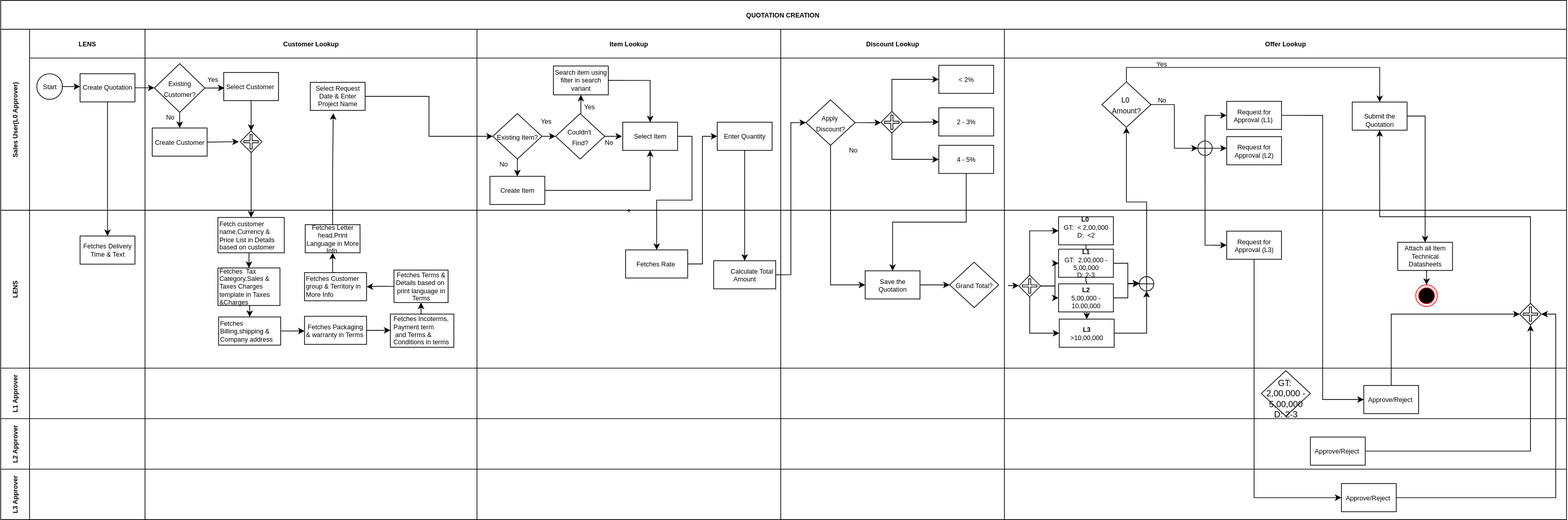
This is SGBCRR/SGBCRR-Quotation Approval BPMN .drawio.svg from Iswariya-LMNAs/Diagrams, a draw.io export, as it was before one commit. Source tidied: cells renumbered, new cells last; positions are measured from the earlier drawing's top-left corner, leaving out a move shared by most shapes.
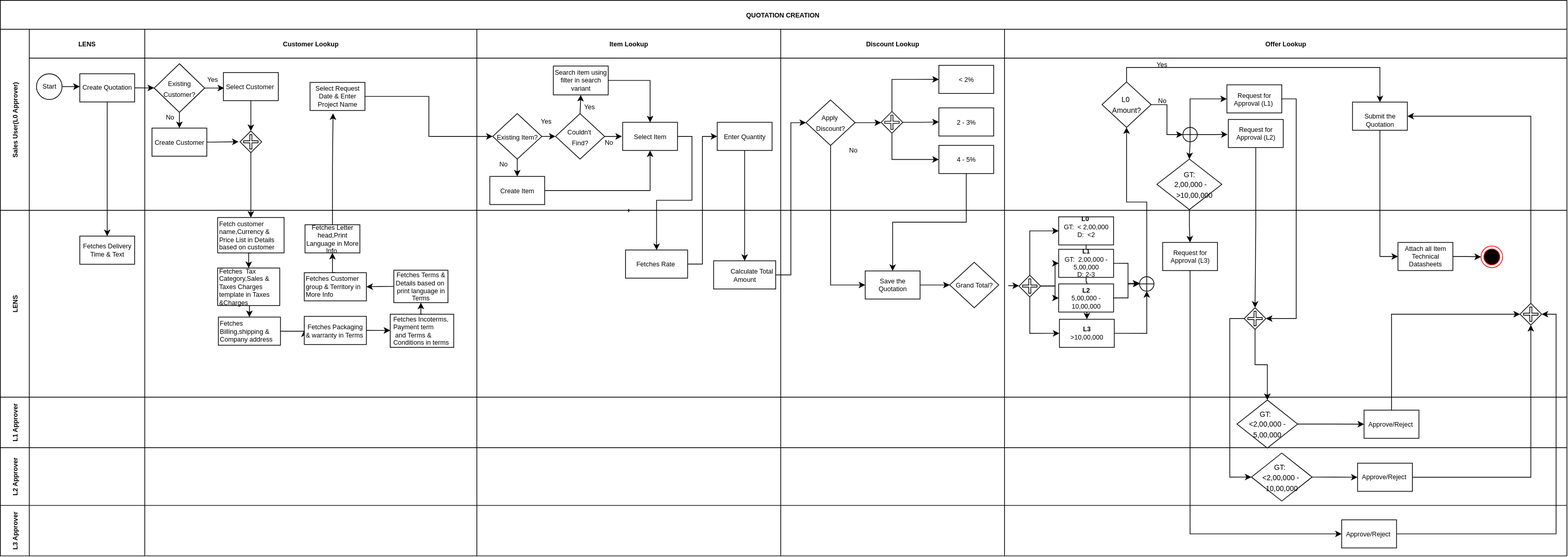
The same diagram one commit later.

Diff of the diagram source:
```diff
@@ -17,7 +17,7 @@
     <mxCell id="6" style="edgeStyle=orthogonalEdgeStyle;rounded=0;jettySize=auto;html=1;exitX=0.5;exitY=1;exitDx=0;exitDy=0;entryX=0.5;entryY=0;entryDx=0;entryDy=0;" parent="1" edge="1" source="44" target="3">
       <mxGeometry relative="1" as="geometry" />
     </mxCell>
-    <mxCell id="7" style="edgeStyle=orthogonalEdgeStyle;rounded=0;jettySize=auto;html=1;exitX=0.5;exitY=0;exitDx=0;exitDy=0;entryX=0.5;entryY=1;entryDx=0;entryDy=0;" parent="1" edge="1" source="8" target="76">
+    <mxCell id="7" style="edgeStyle=orthogonalEdgeStyle;rounded=0;jettySize=auto;html=1;exitX=0.5;exitY=0;exitDx=0;exitDy=0;entryX=1;entryY=0.5;entryDx=0;entryDy=0;" parent="1" edge="1" source="8" target="76">
       <mxGeometry relative="1" as="geometry" />
     </mxCell>
     <mxCell id="8" style="rhombus;whiteSpace=wrap;html=1;fontSize=9;" parent="1" vertex="1">
@@ -100,7 +100,7 @@
       <mxGeometry x="1416" y="386" width="20" height="20" as="geometry" />
     </mxCell>
     <mxCell id="33" value="QUOTATION CREATION " style="shape=table;startSize=40;fontSize=9;fontStyle=1;" parent="1" vertex="1">
-      <mxGeometry width="2170" height="720" as="geometry" />
+      <mxGeometry width="2170" height="770" as="geometry" />
     </mxCell>
     <mxCell id="34" value="Sales User(L0 Approver)" style="shape=tableRow;horizontal=0;swimlaneHead=0;swimlaneBody=0;top=0;left=0;strokeColor=inherit;bottom=0;right=0;fontStyle=1;fillColor=none;startSize=40;fontSize=9;" parent="33" vertex="1">
       <mxGeometry y="40" width="2170" height="251" as="geometry" />
@@ -242,21 +242,24 @@
       <mxGeometry x="482" y="101" width="76" height="39" as="geometry" />
     </mxCell>
     <mxCell id="77" value="Request for Approval (L1)&amp;nbsp;" style="rounded=0;whiteSpace=wrap;html=1;align=center;fontSize=9;" parent="75" vertex="1">
-      <mxGeometry x="308" y="100" width="76" height="39" as="geometry" />
+      <mxGeometry x="308" y="77" width="76" height="39" as="geometry" />
     </mxCell>
     <mxCell id="78" value="Request for Approval (L2)" style="rounded=0;whiteSpace=wrap;html=1;align=center;fontSize=9;" parent="75" vertex="1">
-      <mxGeometry x="308" y="149" width="76" height="39" as="geometry" />
+      <mxGeometry x="310" y="125" width="76" height="39" as="geometry" />
     </mxCell>
     <mxCell id="79" style="edgeStyle=orthogonalEdgeStyle;rounded=0;jettySize=auto;html=1;exitX=0.5;exitY=0;exitDx=0;exitDy=0;entryX=0;entryY=0.5;entryDx=0;entryDy=0;" parent="75" edge="1" source="81" target="77">
       <mxGeometry relative="1" as="geometry" />
     </mxCell>
-    <mxCell id="80" style="edgeStyle=orthogonalEdgeStyle;rounded=0;jettySize=auto;html=1;exitX=1;exitY=0.5;exitDx=0;exitDy=0;" parent="75" edge="1" source="81">
-      <mxGeometry relative="1" as="geometry">
-        <mxPoint x="308" y="165.3" as="targetPoint" />
-      </mxGeometry>
-    </mxCell>
+    <mxCell id="158" style="edgeStyle=orthogonalEdgeStyle;rounded=0;jettySize=auto;html=1;exitX=1;exitY=0.5;exitDx=0;exitDy=0;" parent="75" edge="1" source="81">
+      <mxGeometry relative="1" as="geometry">
+        <mxPoint x="309" y="145.8" as="targetPoint" />
+      </mxGeometry>
+    </mxCell>
+    <mxCell id="159" style="edgeStyle=orthogonalEdgeStyle;rounded=0;jettySize=auto;html=1;exitX=0.5;exitY=1;exitDx=0;exitDy=0;entryX=0.5;entryY=0;entryDx=0;entryDy=0;" parent="75" edge="1" source="81" target="160">
+      <mxGeometry relative="1" as="geometry" />
+    </mxCell>
     <mxCell id="81" style="shape=orEllipse;perimeter=ellipsePerimeter;whiteSpace=wrap;html=1;backgroundOutline=1;" parent="75" vertex="1">
-      <mxGeometry x="268" y="155" width="20" height="20" as="geometry" />
+      <mxGeometry x="247" y="136" width="20" height="20" as="geometry" />
     </mxCell>
     <mxCell id="82" style="edgeStyle=orthogonalEdgeStyle;rounded=0;jettySize=auto;html=1;exitX=1;exitY=0.5;exitDx=0;exitDy=0;entryX=0;entryY=0.5;entryDx=0;entryDy=0;" parent="75" edge="1" source="84" target="81">
       <mxGeometry relative="1" as="geometry" />
@@ -273,6 +276,9 @@
     <mxCell id="86" value="&lt;font style=&quot;font-size: 9px;&quot;&gt;No&lt;/font&gt;" style="text;html=1;align=center;verticalAlign=middle;strokeColor=none;fillColor=none;" parent="75" vertex="1">
       <mxGeometry x="198" y="83" width="40" height="30" as="geometry" />
     </mxCell>
+    <mxCell id="160" value="&lt;div&gt;&lt;font style=&quot;font-size: 10px;&quot;&gt;GT:&lt;/font&gt;&lt;/div&gt;&lt;div&gt;&amp;nbsp;&lt;font style=&quot;font-size: 10px;&quot;&gt;2,00,000 -&lt;/font&gt;&lt;/div&gt;&lt;div&gt;&lt;font style=&quot;font-size: 10px;&quot;&gt;&amp;nbsp; &amp;nbsp; &amp;nbsp;&amp;gt;10,00,000&lt;/font&gt;&lt;/div&gt;" style="rhombus;whiteSpace=wrap;html=1;" parent="75" vertex="1">
+      <mxGeometry x="211" y="180" width="90" height="70" as="geometry" />
+    </mxCell>
     <mxCell id="87" style="edgeStyle=orthogonalEdgeStyle;rounded=0;jettySize=auto;html=1;exitX=1;exitY=0.5;exitDx=0;exitDy=0;entryX=0;entryY=0.5;entryDx=0;entryDy=0;" parent="34" edge="1" source="39" target="47">
       <mxGeometry relative="1" as="geometry" />
     </mxCell>
@@ -280,13 +286,13 @@
       <mxGeometry relative="1" as="geometry" />
     </mxCell>
     <mxCell id="89" value="LENS" style="shape=tableRow;horizontal=0;swimlaneHead=0;swimlaneBody=0;top=0;left=0;strokeColor=inherit;bottom=0;right=0;fontStyle=1;fillColor=none;startSize=40;fontSize=9;" parent="33" vertex="1">
-      <mxGeometry y="291" width="2170" height="219" as="geometry" />
+      <mxGeometry y="291" width="2170" height="259" as="geometry" />
     </mxCell>
     <mxCell id="90" style="swimlane;swimlaneHead=0;swimlaneBody=0;fontStyle=1;strokeColor=inherit;fillColor=none;startSize=0;fontSize=9;" parent="89" vertex="1">
-      <mxGeometry x="40" width="160" height="219" as="geometry" />
+      <mxGeometry x="40" width="160" height="259" as="geometry" />
     </mxCell>
     <mxCell id="91" style="swimlane;swimlaneHead=0;swimlaneBody=0;fontStyle=1;strokeColor=inherit;fillColor=none;startSize=0;fontSize=9;" parent="89" vertex="1">
-      <mxGeometry x="200" width="460" height="219" as="geometry" />
+      <mxGeometry x="200" width="460" height="259" as="geometry" />
     </mxCell>
     <mxCell id="92" style="sketch=0;shadow=0;dashed=0;html=1;strokeColor=none;fillColor=#505050;labelPosition=center;verticalLabelPosition=bottom;verticalAlign=top;align=center;shape=mxgraph.office.concepts.bandwidth_calculator;fontSize=9;" parent="91" vertex="1">
       <mxGeometry x="821" y="91" width="16" height="18" as="geometry" />
@@ -337,34 +343,34 @@
       <mxGeometry x="345" y="83" width="75" height="45" as="geometry" />
     </mxCell>
     <mxCell id="108" value="+" style="swimlane;swimlaneHead=0;swimlaneBody=0;fontStyle=1;strokeColor=inherit;fillColor=none;startSize=0;fontSize=9;" parent="89" vertex="1">
-      <mxGeometry x="660" width="421" height="219" as="geometry" />
+      <mxGeometry x="660" width="421" height="259" as="geometry" />
     </mxCell>
     <mxCell id="109" value="Fetches Rate&amp;nbsp;" style="rounded=0;whiteSpace=wrap;html=1;align=center;fontSize=9;" parent="108" vertex="1">
       <mxGeometry x="206" y="55" width="86" height="39" as="geometry" />
     </mxCell>
     <mxCell id="110" style="swimlane;swimlaneHead=0;swimlaneBody=0;fontStyle=1;strokeColor=inherit;fillColor=none;startSize=0;fontSize=9;" parent="89" vertex="1">
-      <mxGeometry x="1081" width="310" height="219" as="geometry" />
+      <mxGeometry x="1081" width="310" height="259" as="geometry" />
     </mxCell>
     <mxCell id="111" value="Save the Quotation" style="rounded=0;whiteSpace=wrap;html=1;align=center;fontSize=9;" parent="110" vertex="1">
       <mxGeometry x="117" y="84" width="76" height="39" as="geometry" />
     </mxCell>
     <mxCell id="112" style="swimlane;swimlaneHead=0;swimlaneBody=0;fontStyle=1;strokeColor=inherit;fillColor=none;startSize=0;fontSize=9;" parent="89" vertex="1">
-      <mxGeometry x="1391" width="779" height="219" as="geometry" />
+      <mxGeometry x="1391" width="779" height="259" as="geometry" />
     </mxCell>
-    <mxCell id="113" style="edgeStyle=orthogonalEdgeStyle;rounded=0;jettySize=auto;html=1;exitX=0.5;exitY=1;exitDx=0;exitDy=0;entryX=0.5;entryY=0;entryDx=0;entryDy=0;" parent="112" edge="1" source="114" target="115">
+    <mxCell id="113" style="edgeStyle=orthogonalEdgeStyle;rounded=0;jettySize=auto;html=1;exitX=1;exitY=0.5;exitDx=0;exitDy=0;" parent="112" edge="1" source="114" target="115">
       <mxGeometry relative="1" as="geometry" />
     </mxCell>
     <mxCell id="114" value="Attach all Item Technical Datasheets" style="rounded=0;whiteSpace=wrap;html=1;align=center;fontSize=9;" parent="112" vertex="1">
       <mxGeometry x="545" y="44.5" width="76" height="39" as="geometry" />
     </mxCell>
     <mxCell id="115" style="ellipse;html=1;shape=endState;fillColor=#000000;strokeColor=#ff0000;fontSize=9;" parent="112" vertex="1">
-      <mxGeometry x="570" y="103.5" width="30" height="30" as="geometry" />
+      <mxGeometry x="660" y="49.5" width="30" height="30" as="geometry" />
     </mxCell>
     <mxCell id="116" value="Request for Approval (L3)" style="rounded=0;whiteSpace=wrap;html=1;align=center;fontSize=9;" parent="112" vertex="1">
-      <mxGeometry x="308" y="29" width="76" height="39" as="geometry" />
+      <mxGeometry x="219" y="44.5" width="76" height="39" as="geometry" />
     </mxCell>
     <mxCell id="117" value="L1 Approver" style="shape=tableRow;horizontal=0;swimlaneHead=0;swimlaneBody=0;top=0;left=0;strokeColor=inherit;bottom=0;right=0;fontStyle=1;fillColor=none;startSize=40;fontSize=9;" parent="33" vertex="1">
-      <mxGeometry y="510" width="2170" height="70" as="geometry" />
+      <mxGeometry y="550" width="2170" height="70" as="geometry" />
     </mxCell>
     <mxCell id="118" style="swimlane;swimlaneHead=0;swimlaneBody=0;fontStyle=1;strokeColor=inherit;fillColor=none;startSize=0;fontSize=9;" parent="117" vertex="1">
       <mxGeometry x="40" width="160" height="70" as="geometry" />
@@ -382,34 +388,43 @@
       <mxGeometry x="1391" width="779" height="70" as="geometry" />
     </mxCell>
     <mxCell id="123" value="Approve/Reject&amp;nbsp;" style="rounded=0;whiteSpace=wrap;html=1;align=center;fontSize=9;" parent="122" vertex="1">
-      <mxGeometry x="498" y="24" width="76" height="39" as="geometry" />
+      <mxGeometry x="498" y="18" width="76" height="39" as="geometry" />
     </mxCell>
+    <mxCell id="161" style="edgeStyle=orthogonalEdgeStyle;rounded=0;jettySize=auto;html=1;exitX=1;exitY=0.5;exitDx=0;exitDy=0;entryX=0;entryY=0.5;entryDx=0;entryDy=0;" parent="122" edge="1" source="124" target="123">
+      <mxGeometry relative="1" as="geometry" />
+    </mxCell>
-    <mxCell id="124" value="&lt;div&gt;&lt;br&gt;&lt;/div&gt;&lt;div&gt;GT:&amp;nbsp; 2,00,000 - 5,00,000&lt;br&gt;D: 2-3&lt;/div&gt;" style="rhombus;whiteSpace=wrap;html=1;" parent="122" vertex="1">
-      <mxGeometry x="356" y="3.5" width="68" height="63" as="geometry" />
+    <mxCell id="124" value="&lt;div&gt;&lt;br&gt;&lt;/div&gt;&lt;div&gt;&lt;font style=&quot;font-size: 10px;&quot;&gt;GT:&amp;nbsp;&amp;nbsp;&lt;/font&gt;&lt;/div&gt;&lt;div&gt;&lt;font style=&quot;font-size: 10px;&quot;&gt;&amp;lt;2,00,000 - 5,00,000&lt;br&gt;&lt;br&gt;&lt;/font&gt;&lt;/div&gt;" style="rhombus;whiteSpace=wrap;html=1;" parent="122" vertex="1">
+      <mxGeometry x="322" y="4" width="84" height="66.5" as="geometry" />
     </mxCell>
     <mxCell id="125" value="L2 Approver" style="shape=tableRow;horizontal=0;swimlaneHead=0;swimlaneBody=0;top=0;left=0;strokeColor=inherit;bottom=0;right=0;fontStyle=1;fillColor=none;startSize=40;fontSize=9;" parent="33" vertex="1">
-      <mxGeometry y="580" width="2170" height="70" as="geometry" />
+      <mxGeometry y="620" width="2170" height="80" as="geometry" />
     </mxCell>
     <mxCell id="126" style="swimlane;swimlaneHead=0;swimlaneBody=0;fontStyle=1;strokeColor=inherit;fillColor=none;startSize=0;fontSize=9;" parent="125" vertex="1">
-      <mxGeometry x="40" width="160" height="70" as="geometry" />
+      <mxGeometry x="40" width="160" height="80" as="geometry" />
     </mxCell>
     <mxCell id="127" style="swimlane;swimlaneHead=0;swimlaneBody=0;fontStyle=1;strokeColor=inherit;fillColor=none;startSize=0;fontSize=9;" parent="125" vertex="1">
-      <mxGeometry x="200" width="460" height="70" as="geometry" />
+      <mxGeometry x="200" width="460" height="80" as="geometry" />
     </mxCell>
     <mxCell id="128" style="swimlane;swimlaneHead=0;swimlaneBody=0;fontStyle=1;strokeColor=inherit;fillColor=none;startSize=0;fontSize=9;" parent="125" vertex="1">
-      <mxGeometry x="660" width="421" height="70" as="geometry" />
+      <mxGeometry x="660" width="421" height="80" as="geometry" />
     </mxCell>
     <mxCell id="129" style="swimlane;swimlaneHead=0;swimlaneBody=0;fontStyle=1;strokeColor=inherit;fillColor=none;startSize=0;fontSize=9;" parent="125" vertex="1">
-      <mxGeometry x="1081" width="310" height="70" as="geometry" />
+      <mxGeometry x="1081" width="310" height="80" as="geometry" />
     </mxCell>
     <mxCell id="130" style="swimlane;swimlaneHead=0;swimlaneBody=0;fontStyle=1;strokeColor=inherit;fillColor=none;startSize=0;fontSize=9;" parent="125" vertex="1">
-      <mxGeometry x="1391" width="779" height="70" as="geometry" />
+      <mxGeometry x="1391" width="779" height="80" as="geometry" />
     </mxCell>
     <mxCell id="131" value="Approve/Reject&amp;nbsp;" style="rounded=0;whiteSpace=wrap;html=1;align=center;fontSize=9;" parent="130" vertex="1">
-      <mxGeometry x="424" y="25.5" width="76" height="39" as="geometry" />
+      <mxGeometry x="489" y="21.5" width="76" height="39" as="geometry" />
     </mxCell>
+    <mxCell id="162" style="edgeStyle=orthogonalEdgeStyle;rounded=0;jettySize=auto;html=1;exitX=1;exitY=0.5;exitDx=0;exitDy=0;entryX=0;entryY=0.5;entryDx=0;entryDy=0;" parent="130" edge="1" source="163" target="131">
+      <mxGeometry relative="1" as="geometry" />
+    </mxCell>
+    <mxCell id="163" value="&lt;div&gt;&lt;br&gt;&lt;/div&gt;&lt;div&gt;&lt;font style=&quot;font-size: 10px;&quot;&gt;GT:&amp;nbsp;&amp;nbsp;&lt;/font&gt;&lt;/div&gt;&lt;div&gt;&lt;font style=&quot;font-size: 10px;&quot;&gt;&amp;lt;2,00,000 -&amp;nbsp;&lt;/font&gt;&lt;/div&gt;&lt;div&gt;&lt;font style=&quot;font-size: 10px;&quot;&gt;10,00,000&lt;br&gt;&lt;br&gt;&lt;/font&gt;&lt;/div&gt;" style="rhombus;whiteSpace=wrap;html=1;" parent="130" vertex="1">
+      <mxGeometry x="342" y="7.5" width="84" height="66.5" as="geometry" />
+    </mxCell>
     <mxCell id="132" value="L3 Approver" style="shape=tableRow;horizontal=0;swimlaneHead=0;swimlaneBody=0;top=0;left=0;strokeColor=inherit;bottom=0;right=0;fontStyle=1;fillColor=none;startSize=40;fontSize=9;" parent="33" vertex="1">
-      <mxGeometry y="650" width="2170" height="70" as="geometry" />
+      <mxGeometry y="700" width="2170" height="70" as="geometry" />
     </mxCell>
     <mxCell id="133" style="swimlane;swimlaneHead=0;swimlaneBody=0;fontStyle=1;strokeColor=inherit;fillColor=none;startSize=0;fontSize=9;" parent="132" vertex="1">
       <mxGeometry x="40" width="160" height="70" as="geometry" />
@@ -435,27 +450,24 @@
     <mxCell id="140" style="edgeStyle=orthogonalEdgeStyle;rounded=0;jettySize=auto;html=1;exitX=1;exitY=0.5;exitDx=0;exitDy=0;entryX=0;entryY=0.5;entryDx=0;entryDy=0;" parent="33" edge="1" source="109" target="58">
       <mxGeometry relative="1" as="geometry" />
     </mxCell>
-    <mxCell id="141" style="edgeStyle=orthogonalEdgeStyle;rounded=0;jettySize=auto;html=1;exitX=1;exitY=0.5;exitDx=0;exitDy=0;entryX=0;entryY=0.5;entryDx=0;entryDy=0;" parent="33" edge="1" source="77" target="123">
-      <mxGeometry relative="1" as="geometry" />
-    </mxCell>
     <mxCell id="142" style="edgeStyle=orthogonalEdgeStyle;rounded=0;jettySize=auto;html=1;exitX=0.5;exitY=1;exitDx=0;exitDy=0;entryX=0;entryY=0.5;entryDx=0;entryDy=0;" parent="33" edge="1" source="116" target="138">
       <mxGeometry relative="1" as="geometry" />
     </mxCell>
-    <mxCell id="143" style="edgeStyle=orthogonalEdgeStyle;rounded=0;jettySize=auto;html=1;exitX=1;exitY=0.5;exitDx=0;exitDy=0;entryX=0.5;entryY=0;entryDx=0;entryDy=0;" parent="33" edge="1" source="76" target="114">
-      <mxGeometry relative="1" as="geometry" />
-    </mxCell>
     <mxCell id="144" style="edgeStyle=orthogonalEdgeStyle;rounded=0;jettySize=auto;html=1;entryX=0.419;entryY=1.1;entryDx=0;entryDy=0;entryPerimeter=0;" parent="33" edge="1" source="104" target="50">
       <mxGeometry relative="1" as="geometry" />
     </mxCell>
-    <mxCell id="145" style="edgeStyle=orthogonalEdgeStyle;rounded=0;jettySize=auto;html=1;exitX=0.5;exitY=1;exitDx=0;exitDy=0;entryX=0;entryY=0.5;entryDx=0;entryDy=0;" parent="33" edge="1" source="81" target="116">
-      <mxGeometry relative="1" as="geometry" />
-    </mxCell>
     <mxCell id="146" style="edgeStyle=orthogonalEdgeStyle;rounded=0;jettySize=auto;html=1;exitX=0.5;exitY=1;exitDx=0;exitDy=0;entryX=0;entryY=0.5;entryDx=0;entryDy=0;" parent="33" edge="1" source="70" target="111">
       <mxGeometry relative="1" as="geometry" />
     </mxCell>
     <mxCell id="147" style="edgeStyle=orthogonalEdgeStyle;rounded=0;jettySize=auto;html=1;exitX=0.5;exitY=1;exitDx=0;exitDy=0;entryX=0.5;entryY=0;entryDx=0;entryDy=0;" parent="33" edge="1" source="74" target="111">
       <mxGeometry relative="1" as="geometry" />
     </mxCell>
+    <mxCell id="164" style="edgeStyle=orthogonalEdgeStyle;rounded=0;jettySize=auto;html=1;exitX=0.5;exitY=1;exitDx=0;exitDy=0;entryX=0.5;entryY=0;entryDx=0;entryDy=0;" parent="33" edge="1" source="160" target="116">
+      <mxGeometry relative="1" as="geometry" />
+    </mxCell>
+    <mxCell id="143" style="edgeStyle=orthogonalEdgeStyle;rounded=0;jettySize=auto;html=1;exitX=0.5;exitY=1;exitDx=0;exitDy=0;entryX=0;entryY=0.5;entryDx=0;entryDy=0;" parent="33" edge="1" source="76" target="114">
+      <mxGeometry relative="1" as="geometry" />
+    </mxCell>
     <mxCell id="148" value="&amp;nbsp; &amp;nbsp; &amp;nbsp; &amp;nbsp; Calculate Total Amount" style="rounded=0;whiteSpace=wrap;html=1;align=center;fontSize=9;" parent="1" vertex="1">
       <mxGeometry x="988" y="361" width="86" height="39" as="geometry" />
     </mxCell>
@@ -486,5 +498,26 @@
     <mxCell id="157" style="shape=cross;whiteSpace=wrap;html=1;size=0.1430091119581675;fillStyle=solid;fillColor=none;fontSize=9;" parent="1" vertex="1">
       <mxGeometry x="1225" y="159" width="20" height="20" as="geometry" />
     </mxCell>
+    <mxCell id="165" style="edgeStyle=orthogonalEdgeStyle;rounded=0;jettySize=auto;html=1;exitX=0;exitY=0.5;exitDx=0;exitDy=0;entryX=0;entryY=0.5;entryDx=0;entryDy=0;" parent="1" edge="1" source="167" target="163">
+      <mxGeometry relative="1" as="geometry" />
+    </mxCell>
+    <mxCell id="166" style="edgeStyle=orthogonalEdgeStyle;rounded=0;jettySize=auto;html=1;exitX=0.5;exitY=1;exitDx=0;exitDy=0;entryX=0.5;entryY=0;entryDx=0;entryDy=0;" parent="1" edge="1" source="167" target="124">
+      <mxGeometry relative="1" as="geometry" />
+    </mxCell>
+    <mxCell id="167" style="rhombus;whiteSpace=wrap;html=1;fontSize=9;" parent="1" vertex="1">
+      <mxGeometry x="1723" y="426" width="30" height="30" as="geometry" />
+    </mxCell>
+    <mxCell id="168" style="edgeStyle=orthogonalEdgeStyle;rounded=0;orthogonalLoop=1;jettySize=auto;html=1;exitX=0.5;exitY=1;exitDx=0;exitDy=0;fontSize=9;" parent="1" edge="1" source="167" target="167">
+      <mxGeometry relative="1" as="geometry" />
+    </mxCell>
+    <mxCell id="169" style="shape=cross;whiteSpace=wrap;html=1;size=0.1430091119581675;fillStyle=solid;fillColor=none;fontSize=9;" parent="1" vertex="1">
+      <mxGeometry x="1728" y="431" width="20" height="20" as="geometry" />
+    </mxCell>
+    <mxCell id="170" style="edgeStyle=orthogonalEdgeStyle;rounded=0;jettySize=auto;html=1;exitX=0.5;exitY=1;exitDx=0;exitDy=0;entryX=0.5;entryY=0;entryDx=0;entryDy=0;" parent="1" edge="1" source="78" target="167">
+      <mxGeometry relative="1" as="geometry" />
+    </mxCell>
+    <mxCell id="171" style="edgeStyle=orthogonalEdgeStyle;rounded=0;jettySize=auto;html=1;exitX=1;exitY=0.5;exitDx=0;exitDy=0;entryX=1;entryY=0.5;entryDx=0;entryDy=0;" parent="1" edge="1" source="77" target="167">
+      <mxGeometry relative="1" as="geometry" />
+    </mxCell>
   </root>
 </mxGraphModel>
```
